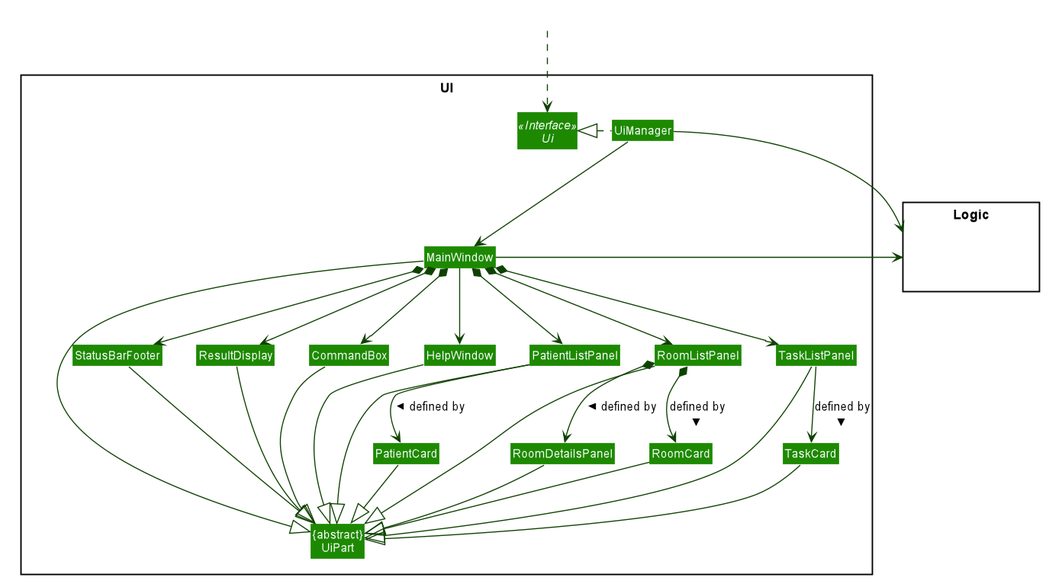
Above: docs/images/UiClassDiagram.png in w-yeehong/tp (PlantUML), before the change. Source of this version:
```plantuml
@startuml








skinparam BackgroundColor #FFFFFFF

skinparam Shadowing false

skinparam Class {
    FontColor #FFFFFF
    BorderThickness 1
    BorderColor #FFFFFF
    StereotypeFontColor #FFFFFF
    FontName Arial
}

skinparam Actor {
    BorderColor #000000
    Color #000000
    FontName Arial
}

skinparam Sequence {
    MessageAlign center
    BoxFontSize 15
    BoxPadding 0
    BoxFontColor #FFFFFF
    FontName Arial
}

skinparam Participant {
    FontColor #FFFFFFF
    Padding 20
}

skinparam MinClassWidth 50
skinparam ParticipantPadding 10
skinparam Shadowing false
skinparam DefaultTextAlignment center
skinparam packageStyle Rectangle

hide footbox
hide members
hide circle
skinparam arrowThickness 1.1
skinparam arrowColor #0E4100
skinparam classBackgroundColor #1D8900

package UI <<Rectangle>>{
Interface Ui <<Interface>>
Class "{abstract}\nUiPart" as UiPart
Class UiManager
Class MainWindow
Class HelpWindow
Class ResultDisplay
Class PatientListPanel
Class RoomListPanel
Class RoomDetailsPanel
Class TaskListPanel
Class TaskCard
Class RoomCard
Class PatientCard
Class StatusBarFooter
Class CommandBox
}


package Logic <<Rectangle>> {
Class HiddenLogic #FFFFFF
}

Class HiddenOutside #FFFFFF
HiddenOutside ..> Ui

UiManager .left.|> Ui
UiManager -down-> MainWindow
MainWindow --> HelpWindow
MainWindow *-down-> CommandBox
MainWindow *-down-> ResultDisplay
MainWindow *-down-> PatientListPanel
MainWindow *-down-> TaskListPanel
MainWindow *-down-> RoomListPanel
MainWindow *-down-> StatusBarFooter

PatientListPanel -down-> PatientCard : defined by >
TaskListPanel -down-> TaskCard : defined by >
RoomListPanel *-down-> RoomCard : defined by >
RoomListPanel *-down-> RoomDetailsPanel : defined by >

MainWindow -left-|> UiPart

ResultDisplay --|> UiPart
CommandBox --|> UiPart
RoomDetailsPanel --|> UiPart
RoomCard --|> UiPart
TaskCard --|> UiPart
PatientListPanel --|> UiPart
RoomListPanel --|> UiPart
TaskListPanel --|> UiPart
PatientCard --|> UiPart
StatusBarFooter --|> UiPart
HelpWindow -down-|> UiPart

UiManager -right-> Logic
MainWindow -left-> Logic

PatientListPanel -[hidden]left- HelpWindow
HelpWindow -[hidden]left- CommandBox
CommandBox -[hidden]left- ResultDisplay
ResultDisplay -[hidden]left- StatusBarFooter

MainWindow -[hidden]-|> UiPart
@enduml
```
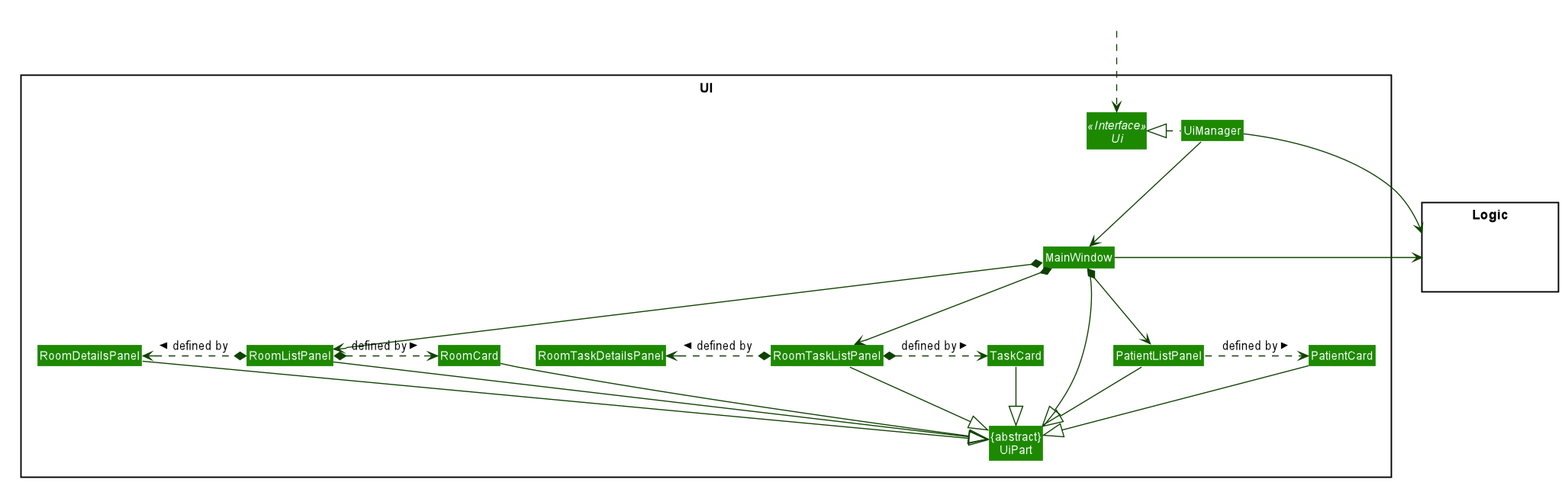
After the change.

What changed in the source:
```diff
@@ -56,17 +56,14 @@
 Class "{abstract}\nUiPart" as UiPart
 Class UiManager
 Class MainWindow
-Class HelpWindow
-Class ResultDisplay
 Class PatientListPanel
 Class RoomListPanel
 Class RoomDetailsPanel
-Class TaskListPanel
+Class RoomTaskListPanel
+Class RoomTaskDetailsPanel
 Class TaskCard
 Class RoomCard
 Class PatientCard
-Class StatusBarFooter
-Class CommandBox
 }
 
 
@@ -79,40 +76,29 @@
 
 UiManager .left.|> Ui
 UiManager -down-> MainWindow
-MainWindow --> HelpWindow
-MainWindow *-down-> CommandBox
-MainWindow *-down-> ResultDisplay
 MainWindow *-down-> PatientListPanel
-MainWindow *-down-> TaskListPanel
+MainWindow *-down-> RoomTaskListPanel
 MainWindow *-down-> RoomListPanel
-MainWindow *-down-> StatusBarFooter
 
-PatientListPanel -down-> PatientCard : defined by >
-TaskListPanel -down-> TaskCard : defined by >
-RoomListPanel *-down-> RoomCard : defined by >
-RoomListPanel *-down-> RoomDetailsPanel : defined by >
+PatientListPanel .right-> PatientCard : defined by >
+RoomTaskListPanel *.right-> TaskCard : defined by >
+RoomTaskListPanel *.left-> RoomTaskDetailsPanel : defined by >
+RoomListPanel *.right-> RoomCard : defined by >
+RoomListPanel *.left-> RoomDetailsPanel : defined by >
 
 MainWindow -left-|> UiPart
 
-ResultDisplay --|> UiPart
-CommandBox --|> UiPart
 RoomDetailsPanel --|> UiPart
 RoomCard --|> UiPart
 TaskCard --|> UiPart
 PatientListPanel --|> UiPart
 RoomListPanel --|> UiPart
-TaskListPanel --|> UiPart
+RoomTaskListPanel --|> UiPart
 PatientCard --|> UiPart
-StatusBarFooter --|> UiPart
-HelpWindow -down-|> UiPart
 
 UiManager -right-> Logic
 MainWindow -left-> Logic
 
-PatientListPanel -[hidden]left- HelpWindow
-HelpWindow -[hidden]left- CommandBox
-CommandBox -[hidden]left- ResultDisplay
-ResultDisplay -[hidden]left- StatusBarFooter
 
 MainWindow -[hidden]-|> UiPart
 @enduml
```
